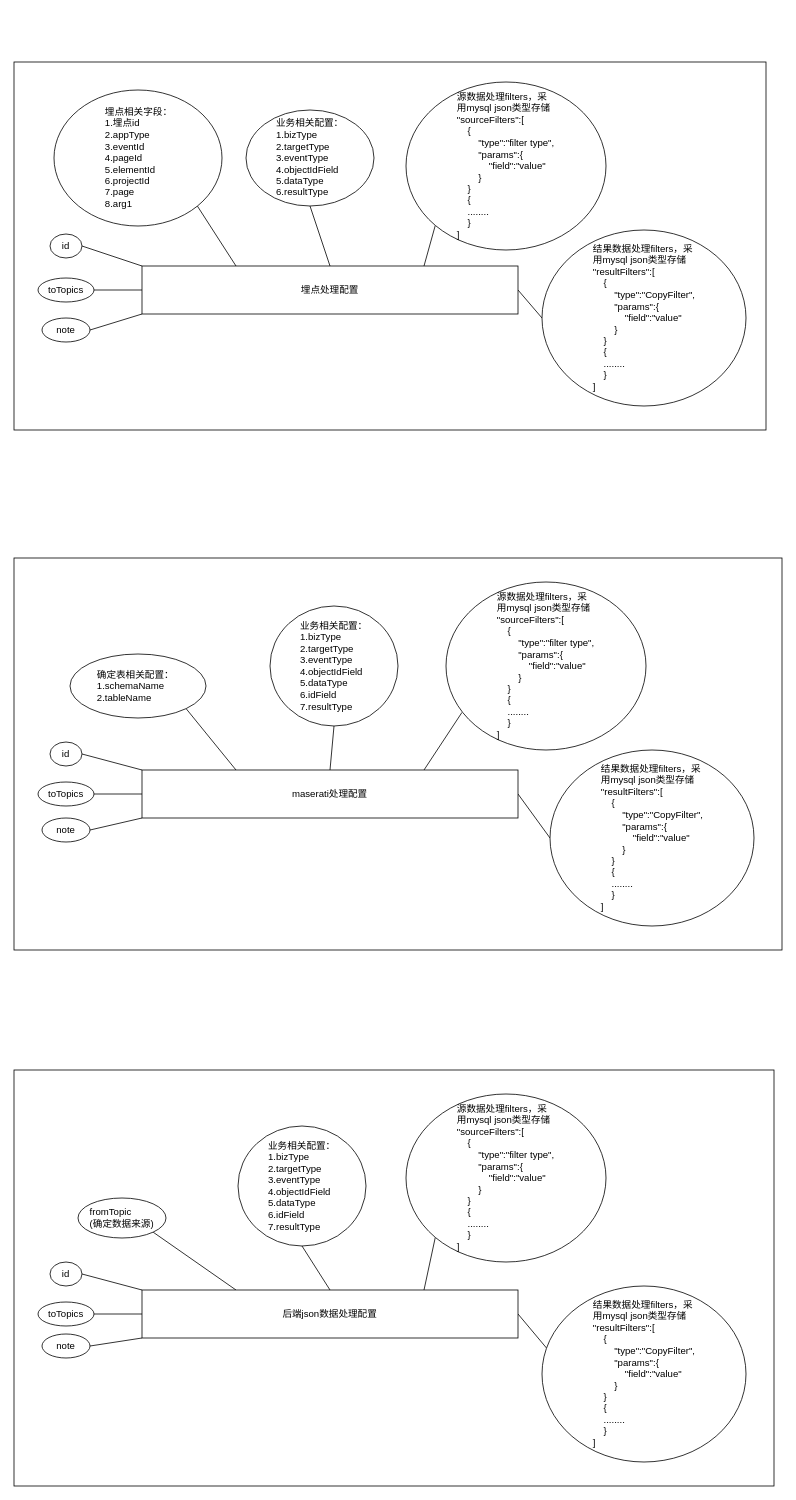
Above: gd-service ER图.drawio in qingchao-kong/draw.io (draw.io), before the change. Source tidied: cells renumbered, new cells numbered last; positions are measured from the earlier drawing's top-left corner, leaving out a move shared by most shapes. Both pictures are drawn from the tidied source at 80%, with x=0, y=0 at pixel (14, 62).
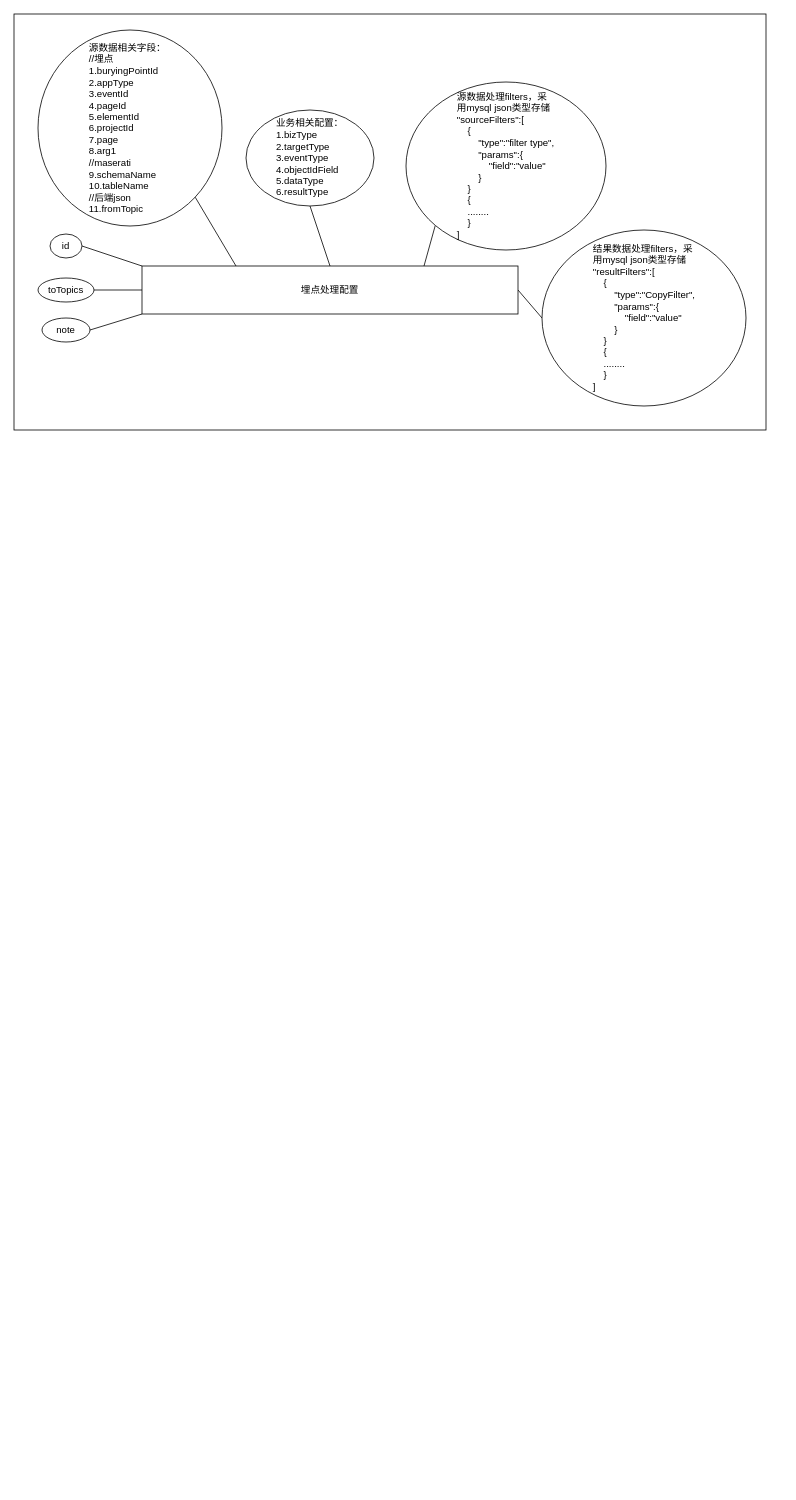
Above is the later version.

What changed in the source:
```diff
@@
     <mxCell id="2" style="rounded=0;whiteSpace=wrap;html=1;align=left;" parent="1" vertex="1">
-      <mxGeometry width="940" height="460" as="geometry" />
+      <mxGeometry y="-60" width="940" height="520" as="geometry" />
     </mxCell>
@@
-    <mxCell id="11" value="埋点相关字段：&lt;br&gt;1.埋点id&lt;br&gt;2.appType&lt;br&gt;3.eventId&lt;br&gt;4.pageId&lt;br&gt;5.elementId&lt;br&gt;6.projectId&lt;br&gt;7.page&lt;br&gt;8.arg1" style="ellipse;whiteSpace=wrap;html=1;align=left;spacingTop=0;spacing=64;" parent="1" vertex="1">
-      <mxGeometry x="50" y="35" width="210" height="170" as="geometry" />
+    <mxCell id="11" value="源数据相关字段：&lt;br&gt;//埋点&lt;br&gt;1.buryingPointId&lt;br&gt;2.appType&lt;br&gt;3.eventId&lt;br&gt;4.pageId&lt;br&gt;5.elementId&lt;br&gt;6.projectId&lt;br&gt;7.page&lt;br&gt;8.arg1&lt;br&gt;//maserati&lt;br&gt;9.schemaName&lt;br&gt;10.tableName&lt;br&gt;//后端json&lt;br&gt;11.fromTopic" style="ellipse;whiteSpace=wrap;html=1;align=left;spacingTop=0;spacing=64;" parent="1" vertex="1">
+      <mxGeometry x="30" y="-40" width="230" height="245" as="geometry" />
     </mxCell>
@@
-    <mxCell id="17" style="rounded=0;whiteSpace=wrap;html=1;align=left;" parent="1" vertex="1">
-      <mxGeometry y="620" width="960" height="490" as="geometry" />
-    </mxCell>
-    <mxCell id="18" style="rounded=0;jettySize=auto;html=1;exitX=0;exitY=0.5;exitDx=0;exitDy=0;entryX=1;entryY=0.5;entryDx=0;entryDy=0;endArrow=none;endFill=0;" parent="1" edge="1" source="24" target="27">
-      <mxGeometry relative="1" as="geometry" />
-    </mxCell>
-    <mxCell id="19" style="edgeStyle=none;rounded=0;jettySize=auto;html=1;exitX=0.25;exitY=0;exitDx=0;exitDy=0;entryX=1;entryY=1;entryDx=0;entryDy=0;endArrow=none;endFill=0;" parent="1" edge="1" source="24" target="26">
-      <mxGeometry relative="1" as="geometry" />
-    </mxCell>
-    <mxCell id="20" style="edgeStyle=none;rounded=0;jettySize=auto;html=1;exitX=0.75;exitY=0;exitDx=0;exitDy=0;entryX=0.08;entryY=0.776;entryDx=0;entryDy=0;endArrow=none;endFill=0;entryPerimeter=0;" parent="1" edge="1" source="24" target="28">
-      <mxGeometry relative="1" as="geometry" />
-    </mxCell>
-    <mxCell id="21" style="edgeStyle=none;rounded=0;jettySize=auto;html=1;exitX=0;exitY=1;exitDx=0;exitDy=0;entryX=1;entryY=0.5;entryDx=0;entryDy=0;endArrow=none;endFill=0;" parent="1" edge="1" source="24" target="30">
-      <mxGeometry relative="1" as="geometry" />
-    </mxCell>
-    <mxCell id="22" style="edgeStyle=none;rounded=0;jettySize=auto;html=1;exitX=1;exitY=0.5;exitDx=0;exitDy=0;entryX=0;entryY=0.5;entryDx=0;entryDy=0;endArrow=none;endFill=0;" parent="1" edge="1" source="24" target="31">
-      <mxGeometry relative="1" as="geometry" />
-    </mxCell>
-    <mxCell id="23" style="edgeStyle=none;rounded=0;jettySize=auto;html=1;exitX=0.5;exitY=0;exitDx=0;exitDy=0;entryX=0.5;entryY=1;entryDx=0;entryDy=0;endArrow=none;endFill=0;" parent="1" edge="1" source="24" target="48">
-      <mxGeometry relative="1" as="geometry" />
-    </mxCell>
-    <mxCell id="24" value="maserati处理配置" style="rounded=0;whiteSpace=wrap;html=1;" parent="1" vertex="1">
-      <mxGeometry x="160" y="885" width="470" height="60" as="geometry" />
-    </mxCell>
-    <mxCell id="25" value="id" style="ellipse;whiteSpace=wrap;html=1;" parent="1" vertex="1">
-      <mxGeometry x="45" y="850" width="40" height="30" as="geometry" />
-    </mxCell>
-    <mxCell id="26" value="确定表相关配置：&lt;br&gt;1.schemaName&lt;br&gt;2.tableName" style="ellipse;whiteSpace=wrap;html=1;align=left;spacingTop=0;spacing=34;" parent="1" vertex="1">
-      <mxGeometry x="70" y="740" width="170" height="80" as="geometry" />
-    </mxCell>
-    <mxCell id="27" value="toTopics" style="ellipse;whiteSpace=wrap;html=1;" parent="1" vertex="1">
-      <mxGeometry x="30" y="900" width="70" height="30" as="geometry" />
-    </mxCell>
-    <mxCell id="28" value="源数据处理filters，采用mysql json类型存储&lt;br&gt;&quot;sourceFilters&quot;:[&lt;br&gt;&amp;nbsp; &amp;nbsp; {&lt;br&gt;&amp;nbsp; &amp;nbsp; &amp;nbsp; &amp;nbsp; &quot;type&quot;:&quot;filter type&quot;,&lt;br&gt;&amp;nbsp; &amp;nbsp; &amp;nbsp; &amp;nbsp; &quot;params&quot;:{&lt;br&gt;&amp;nbsp; &amp;nbsp; &amp;nbsp; &amp;nbsp; &amp;nbsp; &amp;nbsp; &quot;field&quot;:&quot;value&quot;&lt;br&gt;&amp;nbsp; &amp;nbsp; &amp;nbsp; &amp;nbsp; }&lt;br&gt;&amp;nbsp; &amp;nbsp; }&lt;br&gt;&amp;nbsp; &amp;nbsp; {&lt;br&gt;&amp;nbsp; &amp;nbsp; ........&lt;br&gt;&amp;nbsp; &amp;nbsp; }&lt;br&gt;]" style="ellipse;whiteSpace=wrap;html=1;align=left;spacingTop=0;spacing=64;" parent="1" vertex="1">
-      <mxGeometry x="540" y="650" width="250" height="210" as="geometry" />
-    </mxCell>
-    <mxCell id="29" style="endArrow=none;html=1;entryX=1;entryY=0.5;entryDx=0;entryDy=0;exitX=0;exitY=0;exitDx=0;exitDy=0;" parent="1" edge="1" source="24" target="25">
-      <mxGeometry relative="1" as="geometry" />
-    </mxCell>
-    <mxCell id="30" value="note" style="ellipse;whiteSpace=wrap;html=1;" parent="1" vertex="1">
-      <mxGeometry x="35" y="945" width="60" height="30" as="geometry" />
-    </mxCell>
-    <mxCell id="31" value="结果数据处理filters，采用mysql json类型存储&lt;br&gt;&quot;resultFilters&quot;:[&lt;br&gt;&amp;nbsp; &amp;nbsp; {&lt;br&gt;&amp;nbsp; &amp;nbsp; &amp;nbsp; &amp;nbsp; &quot;type&quot;:&quot;CopyFilter&quot;,&lt;br&gt;&amp;nbsp; &amp;nbsp; &amp;nbsp; &amp;nbsp; &quot;params&quot;:{&lt;br&gt;&amp;nbsp; &amp;nbsp; &amp;nbsp; &amp;nbsp; &amp;nbsp; &amp;nbsp; &quot;field&quot;:&quot;value&quot;&lt;br&gt;&amp;nbsp; &amp;nbsp; &amp;nbsp; &amp;nbsp; }&lt;br&gt;&amp;nbsp; &amp;nbsp; }&lt;br&gt;&amp;nbsp; &amp;nbsp; {&lt;br&gt;&amp;nbsp; &amp;nbsp; ........&lt;br&gt;&amp;nbsp; &amp;nbsp; }&lt;br&gt;]" style="ellipse;whiteSpace=wrap;html=1;align=left;spacingTop=0;spacing=64;" parent="1" vertex="1">
-      <mxGeometry x="670" y="860" width="255" height="220" as="geometry" />
-    </mxCell>
-    <mxCell id="32" style="rounded=0;whiteSpace=wrap;html=1;align=left;" parent="1" vertex="1">
-      <mxGeometry y="1260" width="950" height="520" as="geometry" />
-    </mxCell>
-    <mxCell id="33" style="rounded=0;jettySize=auto;html=1;exitX=0;exitY=0.5;exitDx=0;exitDy=0;entryX=1;entryY=0.5;entryDx=0;entryDy=0;endArrow=none;endFill=0;" parent="1" edge="1" source="39" target="42">
-      <mxGeometry relative="1" as="geometry" />
-    </mxCell>
-    <mxCell id="34" style="edgeStyle=none;rounded=0;jettySize=auto;html=1;exitX=0.25;exitY=0;exitDx=0;exitDy=0;entryX=1;entryY=1;entryDx=0;entryDy=0;endArrow=none;endFill=0;" parent="1" edge="1" source="39" target="41">
-      <mxGeometry relative="1" as="geometry" />
-    </mxCell>
-    <mxCell id="35" style="edgeStyle=none;rounded=0;jettySize=auto;html=1;exitX=0.75;exitY=0;exitDx=0;exitDy=0;entryX=0;entryY=1;entryDx=0;entryDy=0;endArrow=none;endFill=0;" parent="1" edge="1" source="39" target="43">
-      <mxGeometry relative="1" as="geometry" />
-    </mxCell>
-    <mxCell id="36" style="edgeStyle=none;rounded=0;jettySize=auto;html=1;exitX=0;exitY=1;exitDx=0;exitDy=0;entryX=1;entryY=0.5;entryDx=0;entryDy=0;endArrow=none;endFill=0;" parent="1" edge="1" source="39" target="45">
-      <mxGeometry relative="1" as="geometry" />
-    </mxCell>
-    <mxCell id="37" style="edgeStyle=none;rounded=0;jettySize=auto;html=1;exitX=1;exitY=0.5;exitDx=0;exitDy=0;entryX=0.024;entryY=0.355;entryDx=0;entryDy=0;endArrow=none;endFill=0;entryPerimeter=0;" parent="1" edge="1" source="39" target="46">
-      <mxGeometry relative="1" as="geometry" />
-    </mxCell>
-    <mxCell id="38" style="edgeStyle=none;rounded=0;jettySize=auto;html=1;exitX=0.5;exitY=0;exitDx=0;exitDy=0;entryX=0.5;entryY=1;entryDx=0;entryDy=0;endArrow=none;endFill=0;" parent="1" edge="1" source="39" target="49">
-      <mxGeometry relative="1" as="geometry" />
-    </mxCell>
-    <mxCell id="39" value="后端json数据处理配置" style="rounded=0;whiteSpace=wrap;html=1;" parent="1" vertex="1">
-      <mxGeometry x="160" y="1535" width="470" height="60" as="geometry" />
-    </mxCell>
-    <mxCell id="40" value="id" style="ellipse;whiteSpace=wrap;html=1;" parent="1" vertex="1">
-      <mxGeometry x="45" y="1500" width="40" height="30" as="geometry" />
-    </mxCell>
-    <mxCell id="41" value="fromTopic&lt;br&gt;(确定数据来源)" style="ellipse;whiteSpace=wrap;html=1;align=left;spacingTop=0;spacing=15;" parent="1" vertex="1">
-      <mxGeometry x="80" y="1420" width="110" height="50" as="geometry" />
-    </mxCell>
-    <mxCell id="42" value="toTopics" style="ellipse;whiteSpace=wrap;html=1;" parent="1" vertex="1">
-      <mxGeometry x="30" y="1550" width="70" height="30" as="geometry" />
-    </mxCell>
-    <mxCell id="43" value="源数据处理filters，采用mysql json类型存储&lt;br&gt;&quot;sourceFilters&quot;:[&lt;br&gt;&amp;nbsp; &amp;nbsp; {&lt;br&gt;&amp;nbsp; &amp;nbsp; &amp;nbsp; &amp;nbsp; &quot;type&quot;:&quot;filter type&quot;,&lt;br&gt;&amp;nbsp; &amp;nbsp; &amp;nbsp; &amp;nbsp; &quot;params&quot;:{&lt;br&gt;&amp;nbsp; &amp;nbsp; &amp;nbsp; &amp;nbsp; &amp;nbsp; &amp;nbsp; &quot;field&quot;:&quot;value&quot;&lt;br&gt;&amp;nbsp; &amp;nbsp; &amp;nbsp; &amp;nbsp; }&lt;br&gt;&amp;nbsp; &amp;nbsp; }&lt;br&gt;&amp;nbsp; &amp;nbsp; {&lt;br&gt;&amp;nbsp; &amp;nbsp; ........&lt;br&gt;&amp;nbsp; &amp;nbsp; }&lt;br&gt;]" style="ellipse;whiteSpace=wrap;html=1;align=left;spacingTop=0;spacing=64;" parent="1" vertex="1">
-      <mxGeometry x="490" y="1290" width="250" height="210" as="geometry" />
-    </mxCell>
-    <mxCell id="44" style="endArrow=none;html=1;entryX=1;entryY=0.5;entryDx=0;entryDy=0;exitX=0;exitY=0;exitDx=0;exitDy=0;" parent="1" edge="1" source="39" target="40">
-      <mxGeometry relative="1" as="geometry" />
-    </mxCell>
-    <mxCell id="45" value="note" style="ellipse;whiteSpace=wrap;html=1;" parent="1" vertex="1">
-      <mxGeometry x="35" y="1590" width="60" height="30" as="geometry" />
-    </mxCell>
-    <mxCell id="46" value="结果数据处理filters，采用mysql json类型存储&lt;br&gt;&quot;resultFilters&quot;:[&lt;br&gt;&amp;nbsp; &amp;nbsp; {&lt;br&gt;&amp;nbsp; &amp;nbsp; &amp;nbsp; &amp;nbsp; &quot;type&quot;:&quot;CopyFilter&quot;,&lt;br&gt;&amp;nbsp; &amp;nbsp; &amp;nbsp; &amp;nbsp; &quot;params&quot;:{&lt;br&gt;&amp;nbsp; &amp;nbsp; &amp;nbsp; &amp;nbsp; &amp;nbsp; &amp;nbsp; &quot;field&quot;:&quot;value&quot;&lt;br&gt;&amp;nbsp; &amp;nbsp; &amp;nbsp; &amp;nbsp; }&lt;br&gt;&amp;nbsp; &amp;nbsp; }&lt;br&gt;&amp;nbsp; &amp;nbsp; {&lt;br&gt;&amp;nbsp; &amp;nbsp; ........&lt;br&gt;&amp;nbsp; &amp;nbsp; }&lt;br&gt;]" style="ellipse;whiteSpace=wrap;html=1;align=left;spacingTop=0;spacing=64;" parent="1" vertex="1">
-      <mxGeometry x="660" y="1530" width="255" height="220" as="geometry" />
-    </mxCell>
@@
-    <mxCell id="48" value="业务相关配置：&lt;br&gt;1.bizType&lt;br&gt;2.targetType&lt;br&gt;3.eventType&lt;br&gt;4.objectIdField&lt;br&gt;5.dataType&lt;br&gt;6.idField&lt;br&gt;7.&lt;span style=&quot;text-align: center&quot;&gt;resultType&lt;/span&gt;" style="ellipse;whiteSpace=wrap;html=1;align=left;spacingTop=0;spacing=38;" parent="1" vertex="1">
-      <mxGeometry x="320" y="680" width="160" height="150" as="geometry" />
-    </mxCell>
-    <mxCell id="49" value="业务相关配置：&lt;br&gt;1.bizType&lt;br&gt;2.targetType&lt;br&gt;3.eventType&lt;br&gt;4.objectIdField&lt;br&gt;5.dataType&lt;br&gt;6.idField&lt;br&gt;7.&lt;span style=&quot;text-align: center&quot;&gt;resultType&lt;/span&gt;" style="ellipse;whiteSpace=wrap;html=1;align=left;spacingTop=0;spacing=38;" parent="1" vertex="1">
-      <mxGeometry x="280" y="1330" width="160" height="150" as="geometry" />
-    </mxCell>
```
